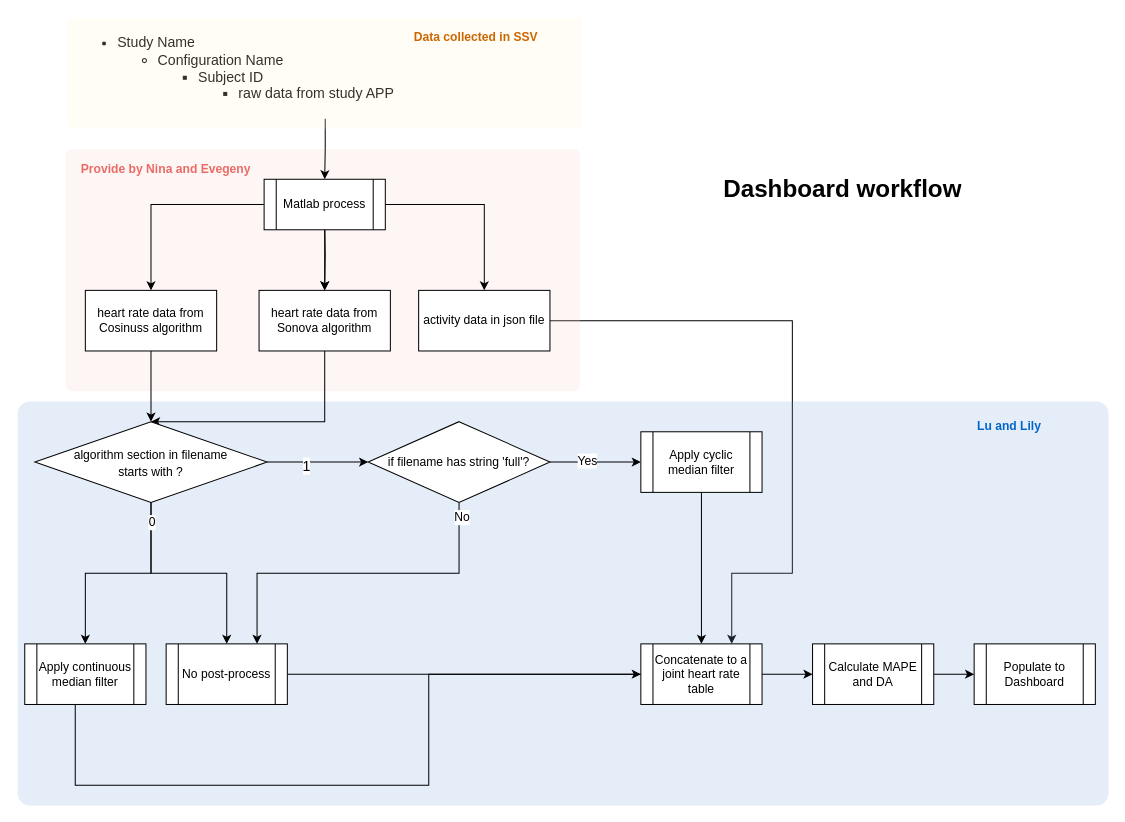
This is dashboard workflow.drawio from supertime1/cosinuss, a draw.io file, before an edit. Source tidied: cells renumbered, new cells numbered last; positions are measured from the earlier drawing's top-left corner, leaving out a move shared by most shapes. Both pictures are drawn from the tidied source at 101%, with x=0, y=0 at pixel (17, 17).
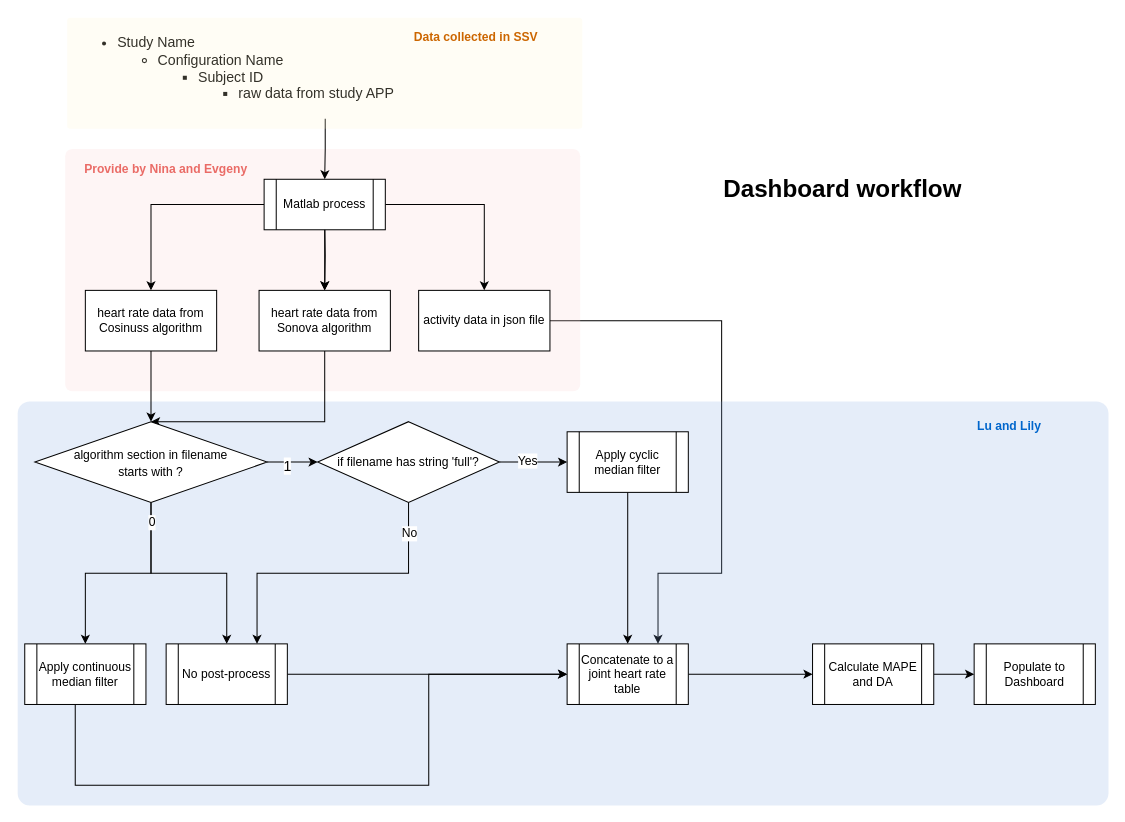
Above is the later version.

The change refers to these unchanged cells:
```xml
<mxCell id="14" value="&lt;span style=&quot;font-size: 12px;&quot;&gt;activity data in json file&lt;/span&gt;" style="rounded=0;whiteSpace=wrap;html=1;fontSize=12;align=center;" parent="1" vertex="1">
  <mxGeometry x="397" y="270" width="130" height="60" as="geometry" />
</mxCell>
<mxCell id="25" value="No post-process" style="shape=process;whiteSpace=wrap;html=1;backgroundOutline=1;fontSize=12;align=center;" parent="1" vertex="1">
  <mxGeometry x="147" y="620" width="120" height="60" as="geometry" />
</mxCell>
```

Change to the diagram source:
```diff
@@
     <mxCell id="2" style="edgeStyle=orthogonalEdgeStyle;rounded=0;jettySize=auto;html=1;entryX=0.75;entryY=0;entryDx=0;entryDy=0;fontSize=12;fontColor=#000000;endArrow=classic;endFill=1;strokeColor=#000000;" parent="1" edge="1" source="14" target="34">
       <mxGeometry relative="1" as="geometry">
         <Array as="points">
-          <mxPoint x="767" y="300" />
-          <mxPoint x="767" y="550" />
-          <mxPoint x="707" y="550" />
+          <mxPoint x="697" y="300" />
+          <mxPoint x="697" y="550" />
+          <mxPoint x="634" y="550" />
         </Array>
       </mxGeometry>
     </mxCell>
@@
-    <mxCell id="24" style="edgeStyle=orthogonalEdgeStyle;rounded=0;jettySize=auto;html=1;fontSize=12;endArrow=classic;endFill=1;strokeColor=#000000;" parent="1" edge="1" source="25">
-      <mxGeometry relative="1" as="geometry">
-        <mxPoint x="677" y="650" as="targetPoint" />
-      </mxGeometry>
+    <mxCell id="24" style="edgeStyle=orthogonalEdgeStyle;rounded=0;jettySize=auto;html=1;fontSize=12;endArrow=classic;endFill=1;strokeColor=#000000;entryX=0;entryY=0.5;entryDx=0;entryDy=0;" parent="1" edge="1" source="25" target="34">
+      <mxGeometry relative="1" as="geometry" />
     </mxCell>
@@
-    <mxCell id="26" style="edgeStyle=orthogonalEdgeStyle;rounded=0;jettySize=auto;html=1;entryX=0.75;entryY=0;entryDx=0;entryDy=0;fontSize=12;endArrow=classic;endFill=1;strokeColor=#000000;" parent="1" edge="1" source="30" target="25">
+    <mxCell id="26" style="edgeStyle=orthogonalEdgeStyle;rounded=0;jettySize=auto;html=1;entryX=0.75;entryY=0;entryDx=0;entryDy=0;fontSize=12;endArrow=classic;endFill=1;strokeColor=#000000;exitX=0.5;exitY=1;exitDx=0;exitDy=0;" parent="1" edge="1" source="30" target="25">
       <mxGeometry relative="1" as="geometry">
         <Array as="points">
-          <mxPoint x="437" y="550" />
+          <mxPoint x="387" y="550" />
           <mxPoint x="237" y="550" />
         </Array>
       </mxGeometry>
     </mxCell>
     <mxCell id="27" value="No" style="edgeLabel;html=1;align=center;verticalAlign=middle;fontSize=12;" parent="26" vertex="1">
-      <mxGeometry x="-0.92" y="2" relative="1" as="geometry" />
+      <mxGeometry x="-0.92" y="2" relative="1" as="geometry">
+        <mxPoint x="-2" y="18" as="offset" />
+      </mxGeometry>
     </mxCell>
@@
     <mxCell id="30" value="if filename has string 'full'?" style="rhombus;whiteSpace=wrap;html=1;rounded=0;fontSize=12;" parent="1" vertex="1">
-      <mxGeometry x="347" y="400" width="180" height="80" as="geometry" />
+      <mxGeometry x="297" y="400" width="180" height="80" as="geometry" />
     </mxCell>
@@
     <mxCell id="32" value="Apply cyclic median filter" style="shape=process;whiteSpace=wrap;html=1;backgroundOutline=1;fontSize=12;align=center;" parent="1" vertex="1">
-      <mxGeometry x="617" y="410" width="120" height="60" as="geometry" />
+      <mxGeometry x="544" y="410" width="120" height="60" as="geometry" />
     </mxCell>
@@
     <mxCell id="34" value="Concatenate to a joint heart rate table" style="shape=process;whiteSpace=wrap;html=1;backgroundOutline=1;fontSize=12;align=center;" parent="1" vertex="1">
-      <mxGeometry x="617" y="620" width="120" height="60" as="geometry" />
+      <mxGeometry x="544" y="620" width="120" height="60" as="geometry" />
     </mxCell>
@@
-    <mxCell id="39" value="Provide by Nina and Evegeny" style="text;html=1;strokeColor=none;fillColor=none;align=center;verticalAlign=middle;whiteSpace=wrap;rounded=0;fontSize=12;fontStyle=1;fontColor=#EA6B66;" parent="1" vertex="1">
+    <mxCell id="39" value="Provide by Nina and Evgeny" style="text;html=1;strokeColor=none;fillColor=none;align=center;verticalAlign=middle;whiteSpace=wrap;rounded=0;fontSize=12;fontStyle=1;fontColor=#EA6B66;" parent="1" vertex="1">
       <mxGeometry x="57" y="140" width="180" height="20" as="geometry" />
     </mxCell>
```
